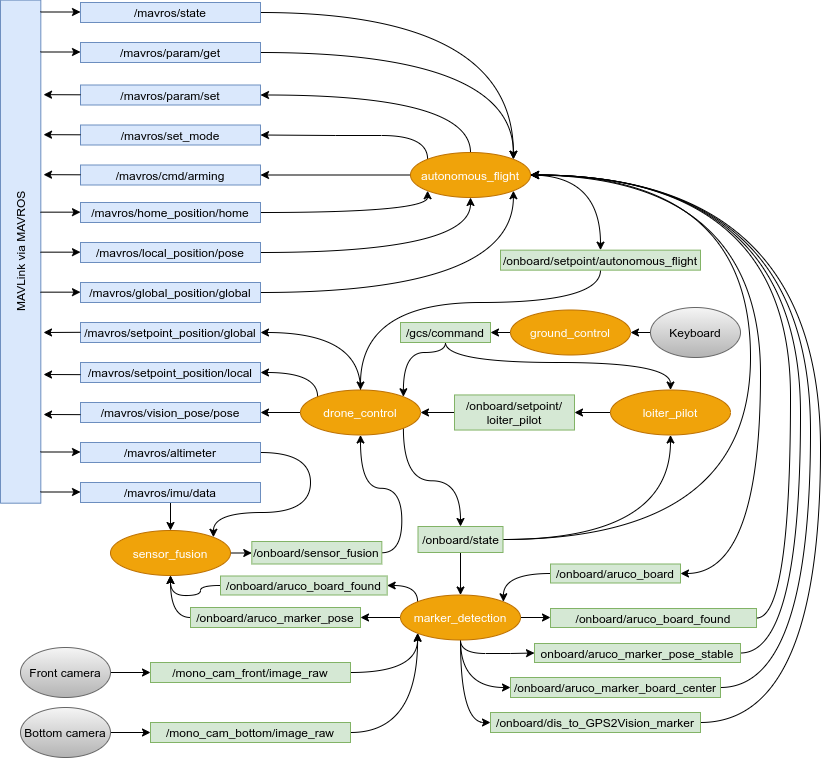
This is master_report/Figures/node_communication.png from Kenil16/master_project, a draw.io export, as it was before one commit. Source tidied: cells renumbered, new cells last; positions are measured from the earlier drawing's top-left corner, leaving out a move shared by most shapes.
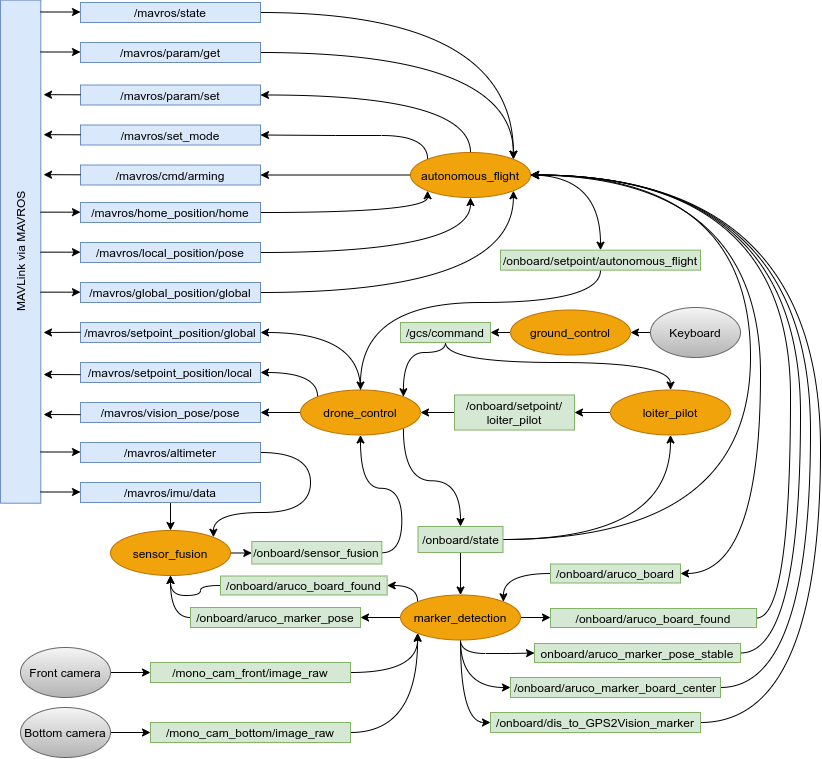
Above is the later version.

What changed in the source:
```diff
@@ -120,19 +120,19 @@
         </Array>
       </mxGeometry>
     </mxCell>
-    <mxCell id="32" value="autonomous_flight" style="ellipse;whiteSpace=wrap;html=1;fillColor=#f0a30a;strokeColor=#BD7000;fontColor=#ffffff;" parent="1" vertex="1">
+    <mxCell id="32" value="&lt;font color=&quot;#000000&quot;&gt;autonomous_flight&lt;/font&gt;" style="ellipse;whiteSpace=wrap;html=1;fillColor=#f0a30a;strokeColor=#BD7000;fontColor=#ffffff;" parent="1" vertex="1">
       <mxGeometry x="641" y="150" width="120" height="45" as="geometry" />
     </mxCell>
     <mxCell id="33" style="edgeStyle=orthogonalEdgeStyle;curved=1;rounded=0;jettySize=auto;html=1;exitX=0;exitY=0.5;exitDx=0;exitDy=0;entryX=1;entryY=0.5;entryDx=0;entryDy=0;startArrow=none;startFill=0;" parent="1" edge="1" source="34" target="11">
       <mxGeometry relative="1" as="geometry" />
     </mxCell>
-    <mxCell id="34" value="loiter_pilot" style="ellipse;whiteSpace=wrap;html=1;fillColor=#f0a30a;strokeColor=#BD7000;fontColor=#ffffff;" parent="1" vertex="1">
+    <mxCell id="34" value="&lt;font color=&quot;#000000&quot;&gt;loiter_pilot&lt;/font&gt;" style="ellipse;whiteSpace=wrap;html=1;fillColor=#f0a30a;strokeColor=#BD7000;fontColor=#ffffff;" parent="1" vertex="1">
       <mxGeometry x="841" y="387.5" width="120" height="45" as="geometry" />
     </mxCell>
     <mxCell id="35" style="edgeStyle=orthogonalEdgeStyle;curved=1;rounded=0;jettySize=auto;html=1;exitX=0;exitY=0.5;exitDx=0;exitDy=0;entryX=1;entryY=0.5;entryDx=0;entryDy=0;startArrow=none;startFill=0;" parent="1" edge="1" source="36" target="68">
       <mxGeometry relative="1" as="geometry" />
     </mxCell>
-    <mxCell id="36" value="ground_control" style="ellipse;whiteSpace=wrap;html=1;fillColor=#f0a30a;strokeColor=#BD7000;fontColor=#ffffff;" parent="1" vertex="1">
+    <mxCell id="36" value="&lt;font color=&quot;#000000&quot;&gt;ground_control&lt;/font&gt;" style="ellipse;whiteSpace=wrap;html=1;fillColor=#f0a30a;strokeColor=#BD7000;fontColor=#ffffff;" parent="1" vertex="1">
       <mxGeometry x="741" y="307.5" width="120" height="45" as="geometry" />
     </mxCell>
     <mxCell id="37" style="edgeStyle=orthogonalEdgeStyle;curved=1;rounded=0;jettySize=auto;html=1;exitX=0;exitY=0;exitDx=0;exitDy=0;entryX=1;entryY=0.5;entryDx=0;entryDy=0;startArrow=none;startFill=0;" parent="1" edge="1" source="41" target="2">
@@ -151,7 +151,7 @@
     <mxCell id="40" style="edgeStyle=orthogonalEdgeStyle;curved=1;rounded=0;jettySize=auto;html=1;exitX=1;exitY=1;exitDx=0;exitDy=0;entryX=0.5;entryY=0;entryDx=0;entryDy=0;" parent="1" edge="1" source="41" target="19">
       <mxGeometry relative="1" as="geometry" />
     </mxCell>
-    <mxCell id="41" value="drone_control" style="ellipse;whiteSpace=wrap;html=1;fillColor=#f0a30a;strokeColor=#BD7000;fontColor=#ffffff;" parent="1" vertex="1">
+    <mxCell id="41" value="&lt;font color=&quot;#000000&quot;&gt;drone_control&lt;/font&gt;" style="ellipse;whiteSpace=wrap;html=1;fillColor=#f0a30a;strokeColor=#BD7000;fontColor=#ffffff;" parent="1" vertex="1">
       <mxGeometry x="531" y="387.5" width="120" height="45" as="geometry" />
     </mxCell>
     <mxCell id="42" style="edgeStyle=orthogonalEdgeStyle;curved=1;rounded=0;jettySize=auto;html=1;exitX=0;exitY=0.5;exitDx=0;exitDy=0;entryX=1;entryY=0.5;entryDx=0;entryDy=0;" parent="1" edge="1" source="48" target="65">
@@ -181,13 +181,13 @@
         </Array>
       </mxGeometry>
     </mxCell>
-    <mxCell id="48" value="marker_detection" style="ellipse;whiteSpace=wrap;html=1;fillColor=#f0a30a;strokeColor=#BD7000;fontColor=#ffffff;" parent="1" vertex="1">
+    <mxCell id="48" value="&lt;font color=&quot;#000000&quot;&gt;marker_detection&lt;/font&gt;" style="ellipse;whiteSpace=wrap;html=1;fillColor=#f0a30a;strokeColor=#BD7000;fontColor=#ffffff;" parent="1" vertex="1">
       <mxGeometry x="631" y="592.5" width="120" height="45" as="geometry" />
     </mxCell>
     <mxCell id="49" style="edgeStyle=orthogonalEdgeStyle;curved=1;rounded=0;jettySize=auto;html=1;exitX=1;exitY=0.5;exitDx=0;exitDy=0;entryX=0;entryY=0.5;entryDx=0;entryDy=0;startArrow=none;startFill=0;" parent="1" edge="1" source="50" target="13">
       <mxGeometry relative="1" as="geometry" />
     </mxCell>
-    <mxCell id="50" value="sensor_fusion" style="ellipse;whiteSpace=wrap;html=1;fillColor=#f0a30a;strokeColor=#BD7000;fontColor=#ffffff;" parent="1" vertex="1">
+    <mxCell id="50" value="&lt;font color=&quot;#000000&quot;&gt;sensor_fusion&lt;/font&gt;" style="ellipse;whiteSpace=wrap;html=1;fillColor=#f0a30a;strokeColor=#BD7000;fontColor=#ffffff;" parent="1" vertex="1">
       <mxGeometry x="341" y="528" width="120" height="45" as="geometry" />
     </mxCell>
     <mxCell id="51" style="edgeStyle=orthogonalEdgeStyle;curved=1;rounded=0;jettySize=auto;html=1;exitX=1;exitY=0.5;exitDx=0;exitDy=0;entryX=1;entryY=1;entryDx=0;entryDy=0;startArrow=none;startFill=0;" parent="1" edge="1" source="52" target="32">
```
